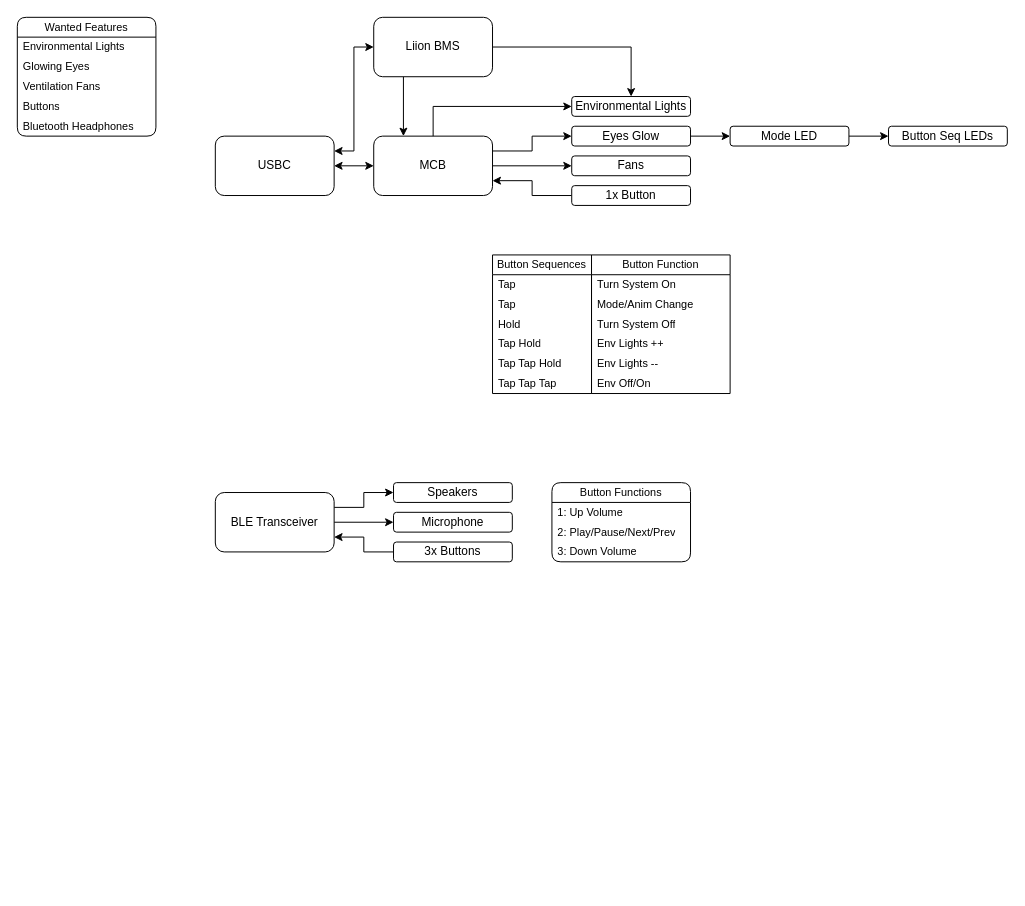
Above: page "Embedded" (5 of 6) of Documents/Diagram.drawio in Cyberspecies/Crow-Head (draw.io), before the change. Source tidied: cells renumbered, new cells numbered last; positions are measured from the earlier drawing's top-left corner, leaving out a move shared by most shapes. Both pictures are drawn from the tidied source at 99%, with x=0, y=0 at pixel (17, 17).
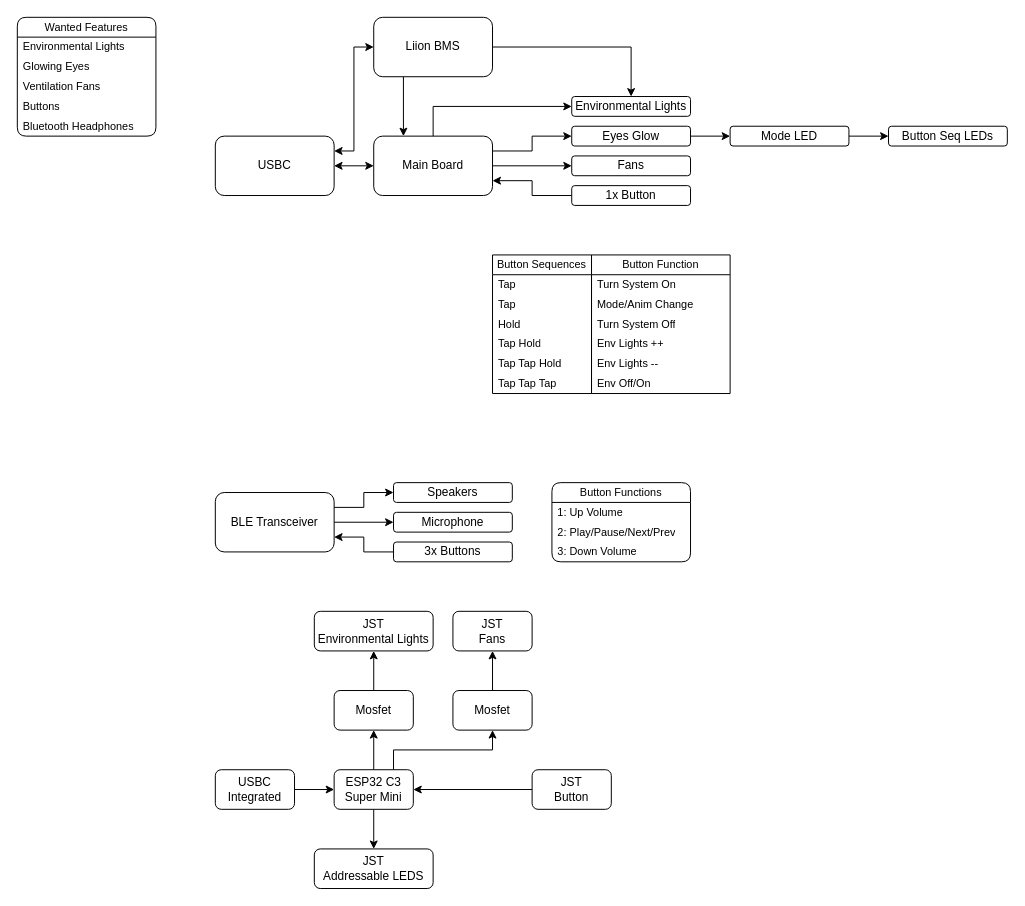
The same page after the edit.

The edit, as a diff of the source:
```diff
@@
-    <mxCell id="8" value="MCB" style="rounded=1;whiteSpace=wrap;html=1;" parent="1" vertex="1">
+    <mxCell id="8" value="Main Board" style="rounded=1;whiteSpace=wrap;html=1;" parent="1" vertex="1">
       <mxGeometry x="360" y="120" width="120" height="60" as="geometry" />
     </mxCell>
@@
+    <mxCell id="52" style="edgeStyle=orthogonalEdgeStyle;rounded=0;jettySize=auto;html=1;exitX=0.5;exitY=0;exitDx=0;exitDy=0;entryX=0.5;entryY=1;entryDx=0;entryDy=0;" parent="1" edge="1" source="55" target="57">
+      <mxGeometry relative="1" as="geometry" />
+    </mxCell>
+    <mxCell id="53" style="edgeStyle=orthogonalEdgeStyle;rounded=0;jettySize=auto;html=1;exitX=0.75;exitY=0;exitDx=0;exitDy=0;entryX=0.5;entryY=1;entryDx=0;entryDy=0;" parent="1" edge="1" source="55" target="60">
+      <mxGeometry relative="1" as="geometry" />
+    </mxCell>
+    <mxCell id="54" style="edgeStyle=orthogonalEdgeStyle;rounded=0;jettySize=auto;html=1;exitX=0.5;exitY=1;exitDx=0;exitDy=0;entryX=0.5;entryY=0;entryDx=0;entryDy=0;" parent="1" edge="1" source="55" target="64">
+      <mxGeometry relative="1" as="geometry" />
+    </mxCell>
+    <mxCell id="55" value="ESP32 C3 Super Mini" style="rounded=1;whiteSpace=wrap;html=1;" parent="1" vertex="1">
+      <mxGeometry x="320" y="760" width="80" height="40" as="geometry" />
+    </mxCell>
+    <mxCell id="56" style="edgeStyle=orthogonalEdgeStyle;rounded=0;jettySize=auto;html=1;exitX=0.5;exitY=0;exitDx=0;exitDy=0;entryX=0.5;entryY=1;entryDx=0;entryDy=0;" parent="1" edge="1" source="57" target="58">
+      <mxGeometry relative="1" as="geometry" />
+    </mxCell>
+    <mxCell id="57" value="Mosfet" style="rounded=1;whiteSpace=wrap;html=1;" parent="1" vertex="1">
+      <mxGeometry x="320" y="680" width="80" height="40" as="geometry" />
+    </mxCell>
+    <mxCell id="58" value="JST&lt;div&gt;Environmental Lights&lt;/div&gt;" style="rounded=1;whiteSpace=wrap;html=1;" parent="1" vertex="1">
+      <mxGeometry x="300" y="600" width="120" height="40" as="geometry" />
+    </mxCell>
+    <mxCell id="59" style="edgeStyle=orthogonalEdgeStyle;rounded=0;jettySize=auto;html=1;exitX=0.5;exitY=0;exitDx=0;exitDy=0;entryX=0.5;entryY=1;entryDx=0;entryDy=0;" parent="1" edge="1" source="60" target="61">
+      <mxGeometry relative="1" as="geometry" />
+    </mxCell>
+    <mxCell id="60" value="Mosfet" style="rounded=1;whiteSpace=wrap;html=1;" parent="1" vertex="1">
+      <mxGeometry x="440" y="680" width="80" height="40" as="geometry" />
+    </mxCell>
+    <mxCell id="61" value="JST&lt;div&gt;Fans&lt;/div&gt;" style="rounded=1;whiteSpace=wrap;html=1;" parent="1" vertex="1">
+      <mxGeometry x="440" y="600" width="80" height="40" as="geometry" />
+    </mxCell>
+    <mxCell id="62" style="edgeStyle=orthogonalEdgeStyle;rounded=0;jettySize=auto;html=1;exitX=0;exitY=0.5;exitDx=0;exitDy=0;entryX=1;entryY=0.5;entryDx=0;entryDy=0;" parent="1" edge="1" source="63" target="55">
+      <mxGeometry relative="1" as="geometry" />
+    </mxCell>
+    <mxCell id="63" value="JST&lt;div&gt;Button&lt;/div&gt;" style="rounded=1;whiteSpace=wrap;html=1;" parent="1" vertex="1">
+      <mxGeometry x="520" y="760" width="80" height="40" as="geometry" />
+    </mxCell>
+    <mxCell id="64" value="JST&lt;div&gt;Addressable LEDS&lt;/div&gt;" style="rounded=1;whiteSpace=wrap;html=1;" parent="1" vertex="1">
+      <mxGeometry x="300" y="840" width="120" height="40" as="geometry" />
+    </mxCell>
+    <mxCell id="65" style="edgeStyle=orthogonalEdgeStyle;rounded=0;jettySize=auto;html=1;exitX=1;exitY=0.5;exitDx=0;exitDy=0;entryX=0;entryY=0.5;entryDx=0;entryDy=0;" parent="1" edge="1" source="66" target="55">
+      <mxGeometry relative="1" as="geometry" />
+    </mxCell>
+    <mxCell id="66" value="USBC&lt;div&gt;Integrated&lt;/div&gt;" style="rounded=1;whiteSpace=wrap;html=1;" parent="1" vertex="1">
+      <mxGeometry x="200" y="760" width="80" height="40" as="geometry" />
+    </mxCell>
```
